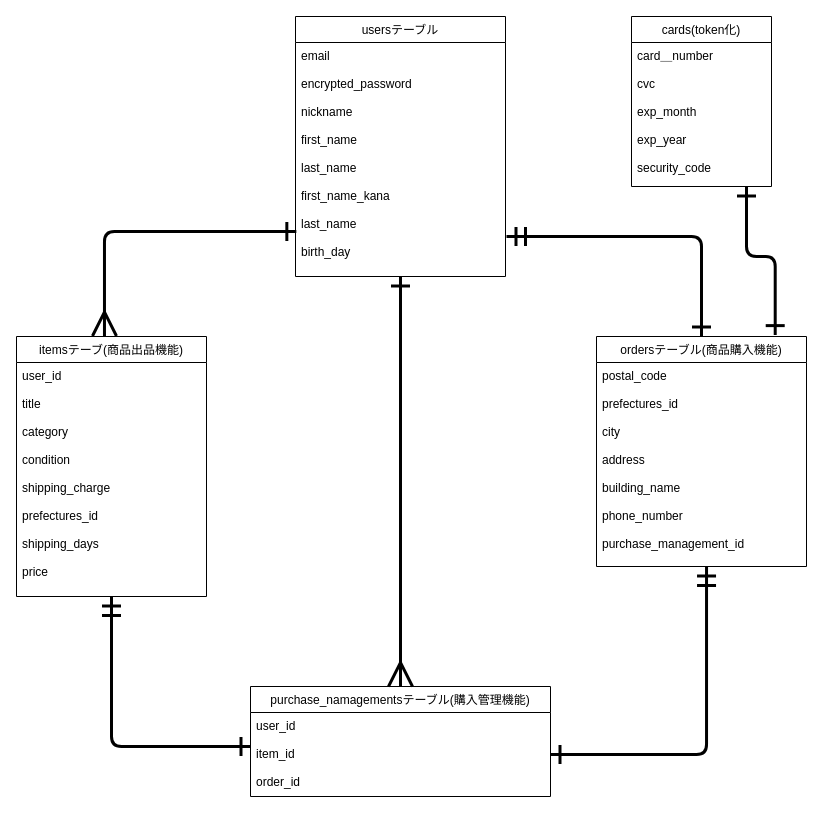
Before: furima.dio in natsumeryuichi/furima-36355, a draw.io diagram. Source tidied: cells renumbered, new cells numbered last; positions are measured from the earlier drawing's top-left corner, leaving out a move shared by most shapes. Both pictures are drawn from the tidied source at 100%, with x=0, y=0 at pixel (16, 16).
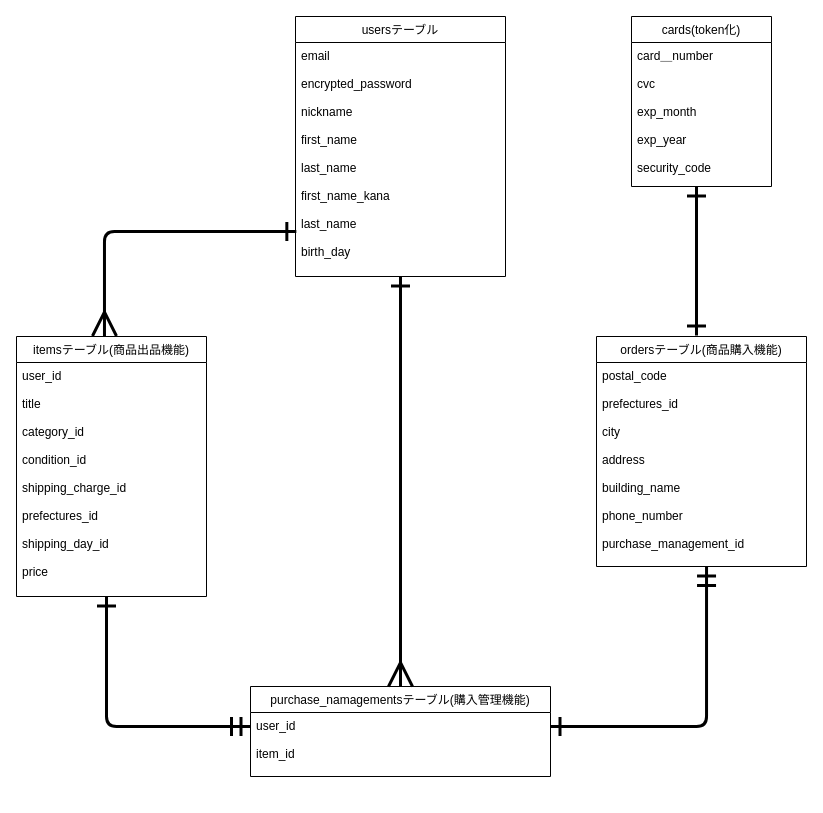
Above is the later version.

Unchanged cells that the change refers to:
```xml
<mxCell id="5" value="ordersテーブル(商品購入機能)" style="swimlane;fontStyle=0;horizontal=1;startSize=26;fillColor=none;" parent="1" vertex="1">
  <mxGeometry x="580" y="320" width="210" height="230" as="geometry" />
</mxCell>
<mxCell id="6" value="postal_code&#10;&#10;prefectures_id&#10;&#10;city&#10;&#10;address&#10;&#10;building_name&#10;&#10;phone_number&#10;&#10;purchase_management_id" style="text;strokeColor=none;fillColor=none;align=left;verticalAlign=top;spacingLeft=4;spacingRight=4;overflow=hidden;points=[[0,0.5],[1,0.5]];portConstraint=eastwest;" parent="5" vertex="1">
  <mxGeometry y="26" width="210" height="204" as="geometry" />
</mxCell>
<mxCell id="10" value="cards(token化)" style="swimlane;fontStyle=0;horizontal=1;startSize=26;fillColor=none;" parent="1" vertex="1">
  <mxGeometry x="615" width="140" height="170" as="geometry" />
</mxCell>
```

Change to the diagram source:
```diff
@@
-    <mxCell id="2" style="edgeStyle=elbowEdgeStyle;html=1;elbow=vertical;endArrow=ERone;endFill=0;startArrow=ERmandOne;startFill=0;strokeWidth=3;endSize=15;startSize=15;" parent="1" edge="1" source="3" target="7">
+    <mxCell id="2" style="edgeStyle=elbowEdgeStyle;html=1;elbow=horizontal;endArrow=ERmandOne;endFill=0;startArrow=ERone;startFill=0;strokeWidth=3;endSize=15;startSize=15;" parent="1" edge="1" source="3" target="7">
       <mxGeometry relative="1" as="geometry">
         <Array as="points">
-          <mxPoint x="230" y="730" />
+          <mxPoint x="90" y="710" />
         </Array>
       </mxGeometry>
     </mxCell>
-    <mxCell id="3" value="itemsテーブ(商品出品機能)" style="swimlane;fontStyle=0;horizontal=1;startSize=26;fillColor=none;" parent="1" vertex="1">
+    <mxCell id="3" value="itemsテーブル(商品出品機能)" style="swimlane;fontStyle=0;horizontal=1;startSize=26;fillColor=none;" parent="1" vertex="1">
       <mxGeometry y="320" width="190" height="260" as="geometry" />
     </mxCell>
-    <mxCell id="4" value="user_id&#10;&#10;title&#10;&#10;category&#10;&#10;condition&#10;&#10;shipping_charge&#10;&#10;prefectures_id&#10;&#10;shipping_days&#10;&#10;price" style="text;strokeColor=none;fillColor=none;align=left;verticalAlign=top;spacingLeft=4;spacingRight=4;overflow=hidden;" parent="3" vertex="1">
+    <mxCell id="4" value="user_id&#10;&#10;title&#10;&#10;category_id&#10;&#10;condition_id&#10;&#10;shipping_charge_id&#10;&#10;prefectures_id&#10;&#10;shipping_day_id&#10;&#10;price" style="text;strokeColor=none;fillColor=none;align=left;verticalAlign=top;spacingLeft=4;spacingRight=4;overflow=hidden;" parent="3" vertex="1">
       <mxGeometry y="26" width="190" height="234" as="geometry" />
     </mxCell>
@@
     <mxCell id="7" value="purchase_namagementsテーブル(購入管理機能)" style="swimlane;fontStyle=0;horizontal=1;startSize=26;fillColor=none;" parent="1" vertex="1">
-      <mxGeometry x="234" y="670" width="300" height="110" as="geometry" />
+      <mxGeometry x="234" y="670" width="300" height="90" as="geometry" />
     </mxCell>
-    <mxCell id="8" value="user_id&#10;&#10;item_id&#10;&#10;order_id" style="text;strokeColor=none;fillColor=none;align=left;verticalAlign=top;spacingLeft=4;spacingRight=4;overflow=hidden;points=[[0,0.5],[1,0.5]];portConstraint=eastwest;" parent="7" vertex="1">
-      <mxGeometry y="26" width="300" height="84" as="geometry" />
+    <mxCell id="8" value="user_id&#10;&#10;item_id" style="text;strokeColor=none;fillColor=none;align=left;verticalAlign=top;spacingLeft=4;spacingRight=4;overflow=hidden;points=[[0,0.5],[1,0.5]];portConstraint=eastwest;" parent="7" vertex="1">
+      <mxGeometry y="26" width="300" height="64" as="geometry" />
     </mxCell>
-    <mxCell id="9" style="edgeStyle=elbowEdgeStyle;elbow=vertical;html=1;entryX=0.851;entryY=-0.006;entryDx=0;entryDy=0;entryPerimeter=0;startArrow=ERone;startFill=0;endArrow=ERone;endFill=0;startSize=15;endSize=15;strokeWidth=3;" parent="1" edge="1" source="10" target="5">
+    <mxCell id="9" style="edgeStyle=elbowEdgeStyle;elbow=vertical;html=1;startArrow=ERone;startFill=0;endArrow=ERone;endFill=0;startSize=15;endSize=15;strokeWidth=3;" parent="1" edge="1" source="10">
       <mxGeometry relative="1" as="geometry">
+        <mxPoint x="680" y="319" as="targetPoint" />
         <Array as="points">
+          <mxPoint x="680" y="230" />
           <mxPoint x="730" y="240" />
           <mxPoint x="730" y="150" />
         </Array>
       </mxGeometry>
     </mxCell>
@@
-    <mxCell id="16" style="edgeStyle=elbowEdgeStyle;html=1;entryX=0.5;entryY=0;entryDx=0;entryDy=0;elbow=vertical;strokeWidth=3;startArrow=ERmandOne;startFill=0;endArrow=ERone;endFill=0;endSize=15;startSize=15;" parent="1" edge="1" target="5">
-      <mxGeometry relative="1" as="geometry">
-        <mxPoint x="490" y="220" as="sourcePoint" />
-        <Array as="points">
-          <mxPoint x="590" y="220" />
-        </Array>
-      </mxGeometry>
-    </mxCell>
-    <mxCell id="17" style="edgeStyle=elbowEdgeStyle;elbow=vertical;html=1;entryX=1;entryY=0.5;entryDx=0;entryDy=0;startArrow=ERmandOne;startFill=0;endArrow=ERone;endFill=0;startSize=15;endSize=15;strokeWidth=3;exitX=0.524;exitY=1;exitDx=0;exitDy=0;exitPerimeter=0;" parent="1" edge="1" source="6" target="8">
+    <mxCell id="17" style="edgeStyle=elbowEdgeStyle;elbow=vertical;html=1;startArrow=ERmandOne;startFill=0;endArrow=ERone;endFill=0;startSize=15;endSize=15;strokeWidth=3;exitX=0.524;exitY=1;exitDx=0;exitDy=0;exitPerimeter=0;" parent="1" edge="1" source="6" target="8">
       <mxGeometry relative="1" as="geometry">
         <Array as="points">
+          <mxPoint x="590" y="710" />
+          <mxPoint x="590" y="738" />
           <mxPoint x="685" y="738" />
         </Array>
       </mxGeometry>
     </mxCell>
```
